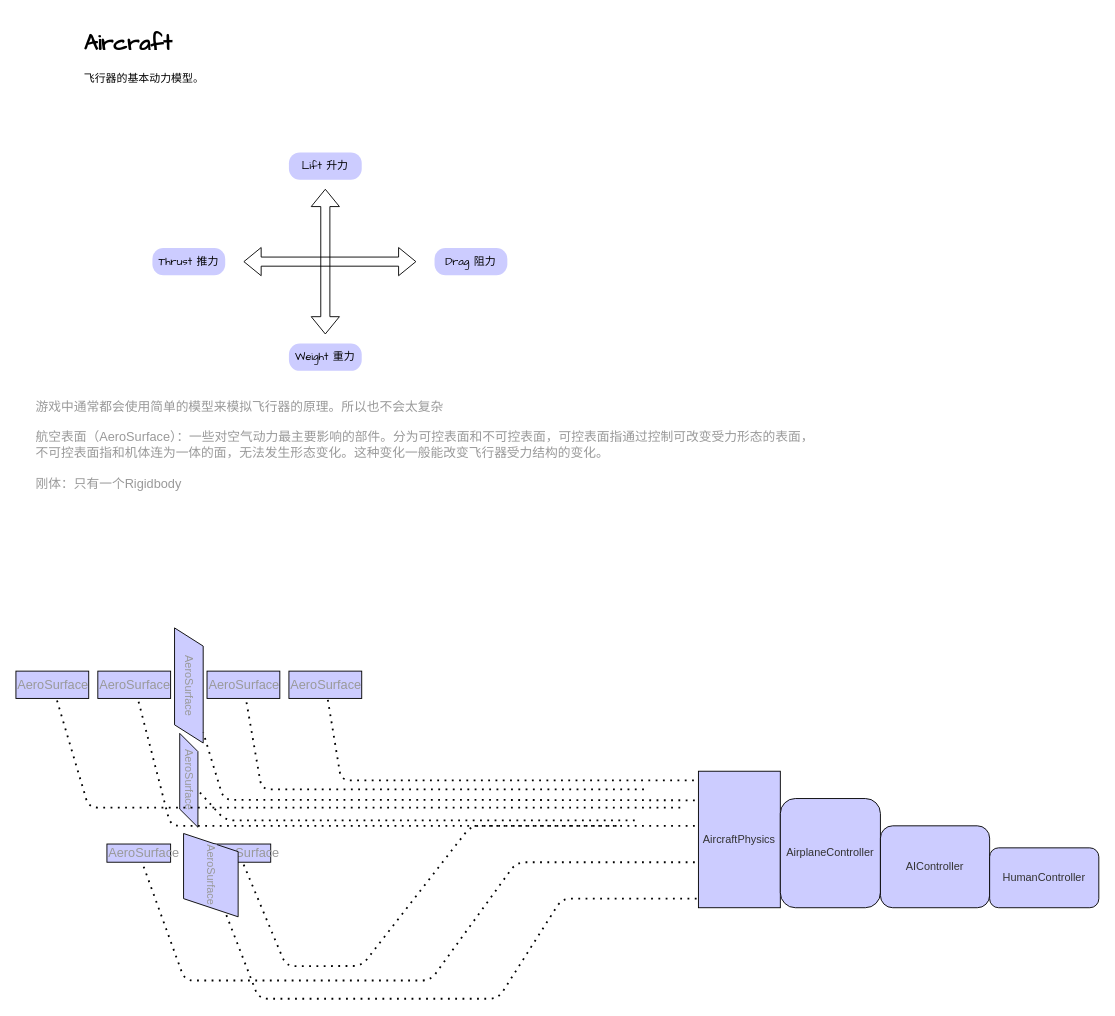
gatzai/DrawioStorage keeps this draw.io diagram as AirCraft.drawio. Above is the earlier version. Source tidied: cells renumbered, new cells numbered last; positions are measured from the earlier drawing's top-left corner, leaving out a move shared by most shapes. Both pictures are drawn from the tidied source at 91%, with x=0, y=0 at pixel (15, 25).
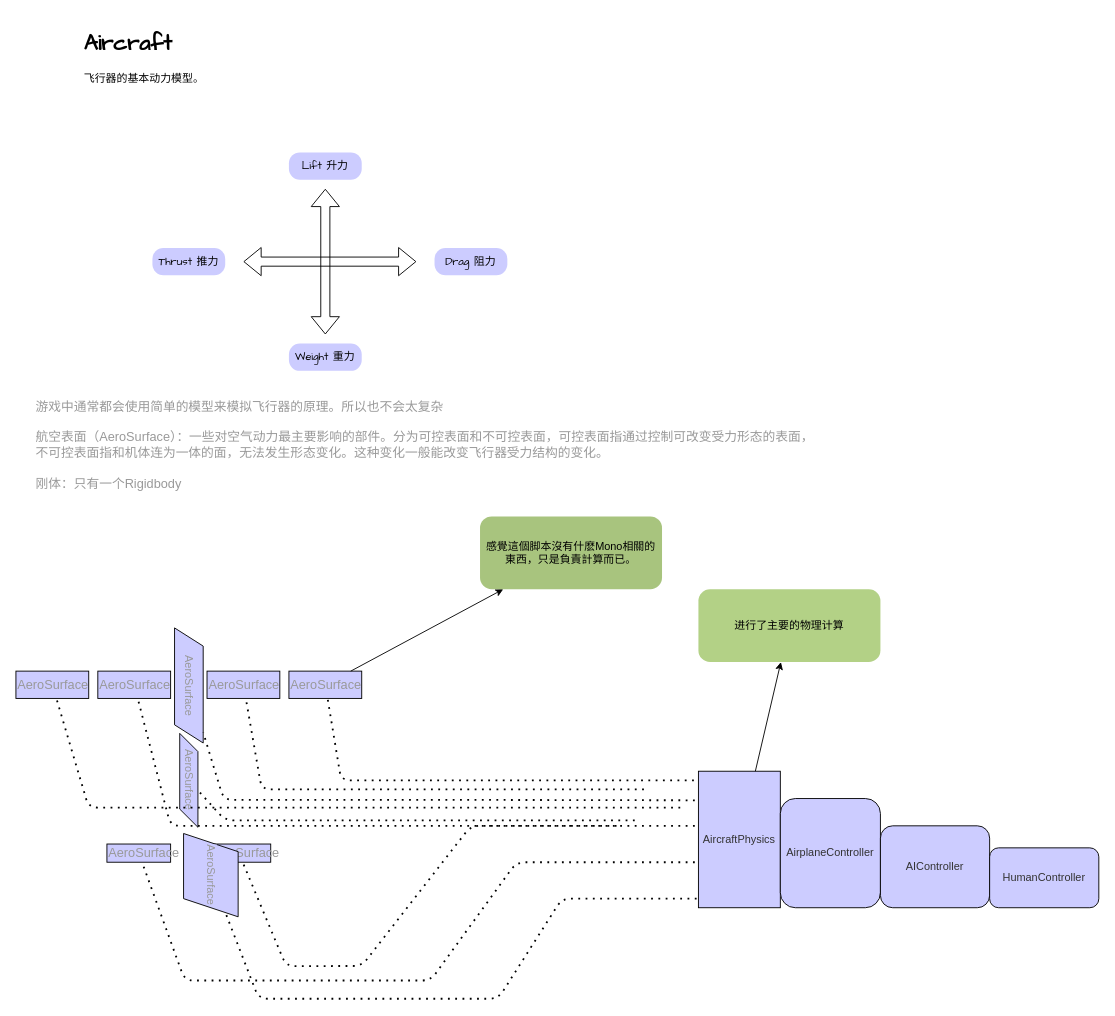
The same page after the edit.

Unchanged cells that the change refers to:
```xml
<mxCell id="12" value="&lt;span style=&quot;font-size: 14px&quot;&gt;AeroSurface&lt;/span&gt;" style="rounded=0;whiteSpace=wrap;html=1;fillColor=#CCCCFF;fontColor=#999999;align=left;" parent="1" vertex="1">
  <mxGeometry x="300" y="710" width="80" height="30" as="geometry" />
</mxCell>
<mxCell id="28" value="&lt;font color=&quot;#333333&quot;&gt;AircraftPhysics&lt;/font&gt;" style="rounded=0;whiteSpace=wrap;html=1;fillColor=#CCCCFF;fontColor=#999999;align=center;" parent="1" vertex="1">
  <mxGeometry x="750" y="820" width="90" height="150" as="geometry" />
</mxCell>
```

Change to the diagram source:
```diff
@@
+    <mxCell id="32" style="endArrow=classic;html=1;" parent="1" edge="1" source="12" target="33">
+      <mxGeometry relative="1" as="geometry" />
+    </mxCell>
+    <mxCell id="33" value="&lt;span style=&quot;color: rgb(0 , 0 , 0)&quot;&gt;感覺這個脚本沒有什麽Mono相關的東西，只是負責計算而已。&lt;/span&gt;" style="rounded=1;whiteSpace=wrap;html=1;strokeColor=none;fontColor=#46495D;arcSize=16;fillColor=#A8C47E;" parent="1" vertex="1">
+      <mxGeometry x="510" y="540" width="200" height="80" as="geometry" />
+    </mxCell>
+    <mxCell id="34" value="&lt;span style=&quot;color: rgb(0 , 0 , 0)&quot;&gt;进行了主要的物理计算&lt;/span&gt;" style="rounded=1;whiteSpace=wrap;html=1;strokeColor=none;fontColor=#46495D;arcSize=16;fillColor=#B3D186;" parent="1" vertex="1">
+      <mxGeometry x="750" y="620" width="200" height="80" as="geometry" />
+    </mxCell>
+    <mxCell id="35" style="endArrow=classic;html=1;" parent="1" edge="1" source="28" target="34">
+      <mxGeometry relative="1" as="geometry" />
+    </mxCell>
```
